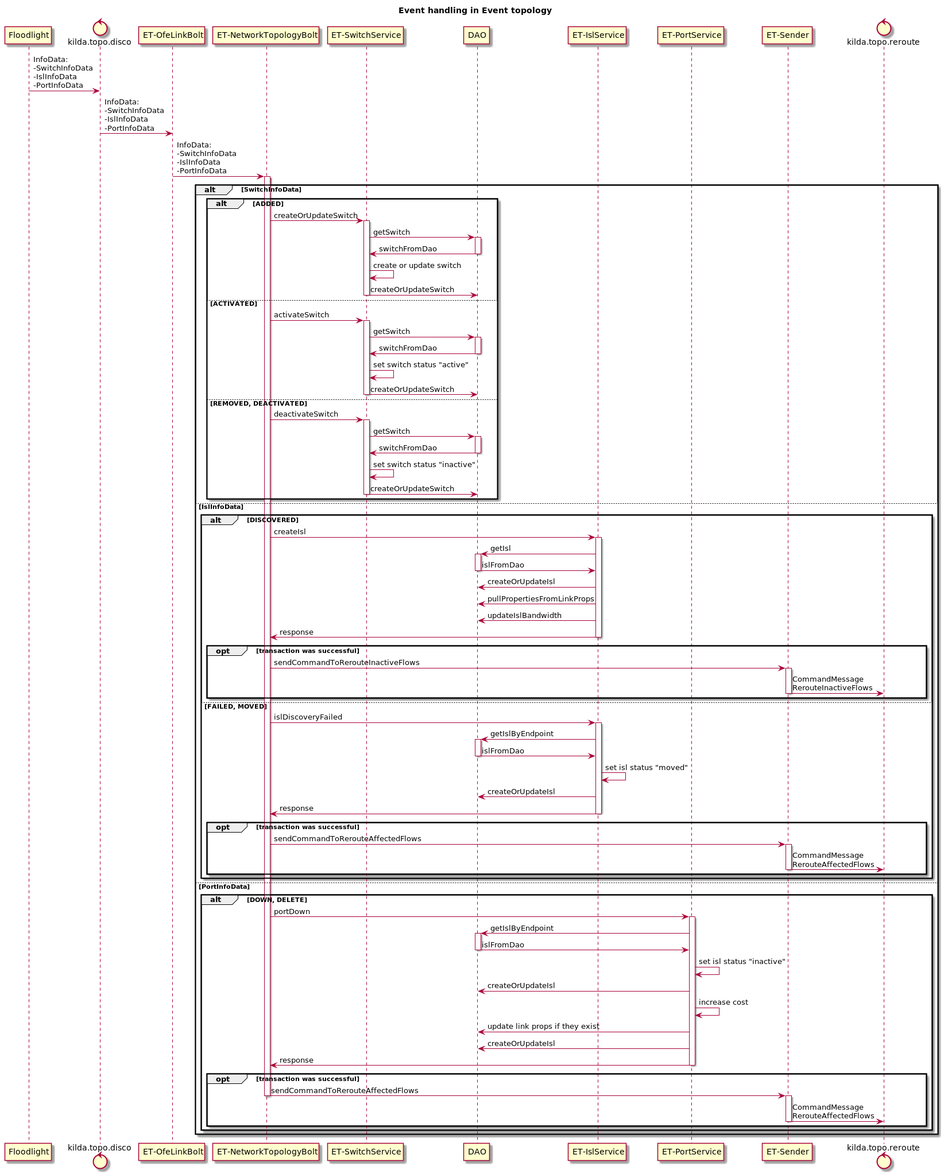
The PlantUML diagram docs/design/solutions/reroute-topology/sequence-event-handling.png in telstra/open-kilda, before a commit.
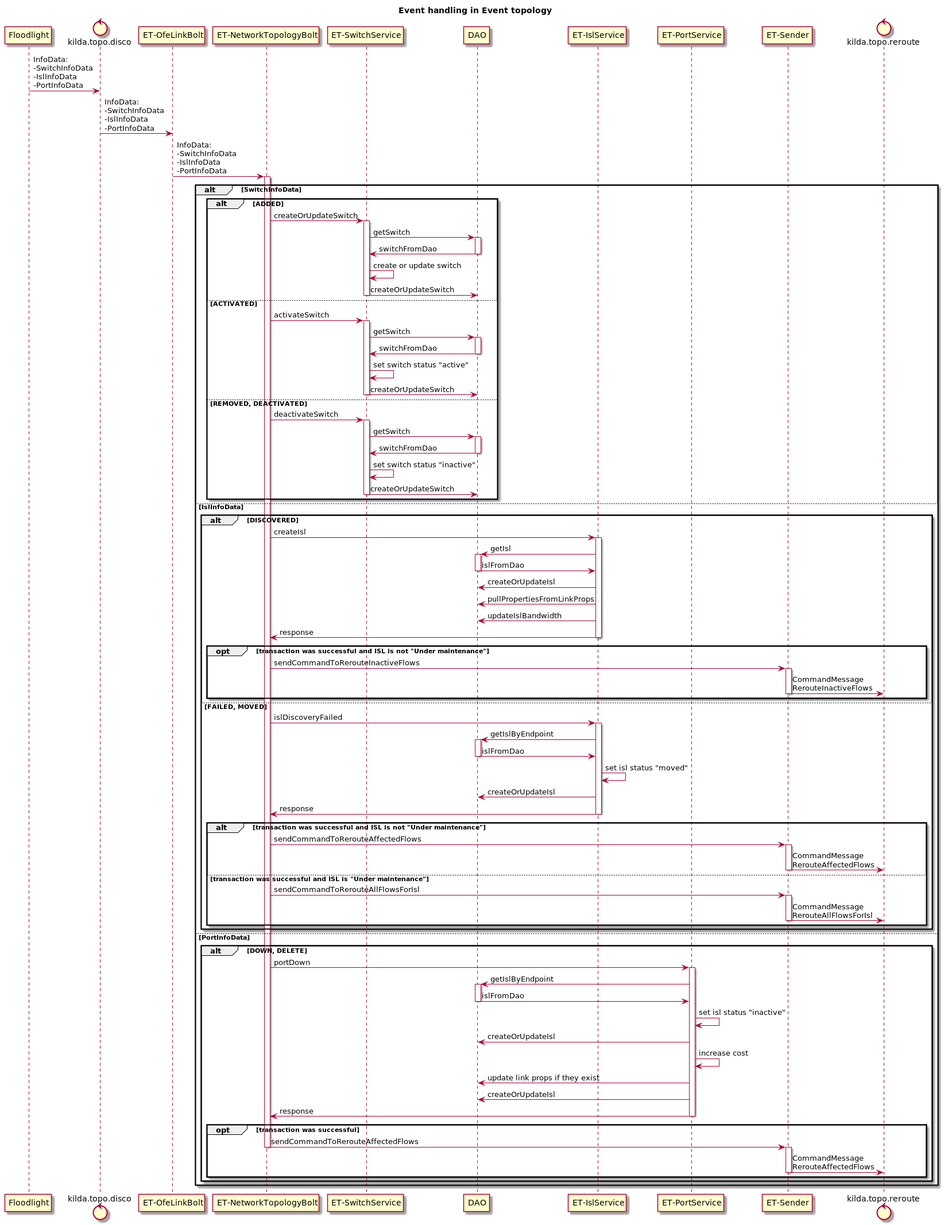
After the commit.

What changed in the source:
```diff
@@ -72,7 +72,7 @@
     "ET-IslService" -> "ET-NetworkTopologyBolt" : response
 deactivate "ET-IslService"
 
-    opt transaction was successful
+    opt transaction was successful and ISL is not "Under maintenance"
         "ET-NetworkTopologyBolt" -> "ET-Sender" : sendCommandToRerouteInactiveFlows
         activate "ET-Sender"
         "ET-Sender" -> kilda.topo.reroute : CommandMessage\nRerouteInactiveFlows
@@ -91,10 +91,15 @@
     "ET-IslService" -> "ET-NetworkTopologyBolt" : response
 deactivate "ET-IslService"
 
-    opt transaction was successful
+    alt transaction was successful and ISL is not "Under maintenance"
         "ET-NetworkTopologyBolt" -> "ET-Sender" : sendCommandToRerouteAffectedFlows
         activate "ET-Sender"
         "ET-Sender" -> kilda.topo.reroute : CommandMessage\nRerouteAffectedFlows
+        deactivate "ET-Sender"
+    else transaction was successful and ISL is "Under maintenance"
+        "ET-NetworkTopologyBolt" -> "ET-Sender" : sendCommandToRerouteAllFlowsForIsl
+        activate "ET-Sender"
+        "ET-Sender" -> kilda.topo.reroute : CommandMessage\nRerouteAllFlowsForIsl
         deactivate "ET-Sender"
     end
 end
```
